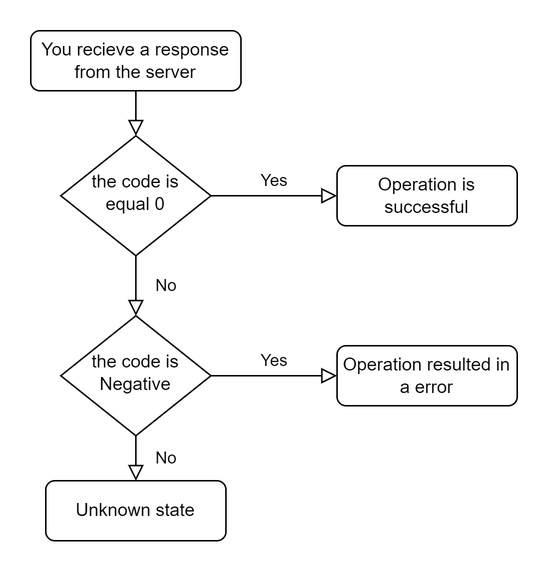
Above: documentation/error_codes.png in MUSIC-Ecosystem-Team/MUSIC-server (draw.io), before the change. Source tidied: cells renumbered, new cells last; positions are measured from the earlier drawing's top-left corner, leaving out a move shared by most shapes. Source of this version:
```xml
<mxGraphModel>
  <root>
    <mxCell id="0" />
    <mxCell id="1" parent="0" />
    <mxCell id="2" style="rounded=0;html=1;jettySize=auto;fontSize=11;endArrow=block;endFill=0;endSize=8;strokeWidth=1;shadow=0;labelBackgroundColor=none;edgeStyle=orthogonalEdgeStyle;" parent="1" edge="1" source="3" target="6">
      <mxGeometry relative="1" as="geometry" />
    </mxCell>
    <mxCell id="3" value="You recieve a response from the server" style="rounded=1;whiteSpace=wrap;html=1;fontSize=12;glass=0;strokeWidth=1;shadow=0;" parent="1" vertex="1">
      <mxGeometry width="140" height="40" as="geometry" />
    </mxCell>
    <mxCell id="4" value="No" style="rounded=0;html=1;jettySize=auto;fontSize=11;endArrow=block;endFill=0;endSize=8;strokeWidth=1;shadow=0;labelBackgroundColor=none;edgeStyle=orthogonalEdgeStyle;entryX=0.5;entryY=0;entryDx=0;entryDy=0;" parent="1" edge="1" source="6" target="8">
      <mxGeometry y="20" relative="1" as="geometry" />
    </mxCell>
    <mxCell id="5" value="Yes" style="edgeStyle=orthogonalEdgeStyle;rounded=0;html=1;jettySize=auto;fontSize=11;endArrow=block;endFill=0;endSize=8;strokeWidth=1;shadow=0;labelBackgroundColor=none;" parent="1" edge="1" source="6" target="7">
      <mxGeometry y="10" relative="1" as="geometry" />
    </mxCell>
    <mxCell id="6" value="the code is equal 0" style="rhombus;whiteSpace=wrap;html=1;shadow=0;fontFamily=Helvetica;fontSize=12;align=center;strokeWidth=1;spacing=6;spacingTop=-4;" parent="1" vertex="1">
      <mxGeometry x="20" y="70" width="100" height="80" as="geometry" />
    </mxCell>
    <mxCell id="7" value="Operation is successful" style="rounded=1;whiteSpace=wrap;html=1;fontSize=12;glass=0;strokeWidth=1;shadow=0;" parent="1" vertex="1">
      <mxGeometry x="204" y="90" width="120" height="40" as="geometry" />
    </mxCell>
    <mxCell id="8" value="the code is Negative" style="rhombus;whiteSpace=wrap;html=1;shadow=0;fontFamily=Helvetica;fontSize=12;align=center;strokeWidth=1;spacing=6;spacingTop=-4;" parent="1" vertex="1">
      <mxGeometry x="20" y="190" width="100" height="80" as="geometry" />
    </mxCell>
    <mxCell id="9" value="Yes" style="edgeStyle=orthogonalEdgeStyle;rounded=0;html=1;jettySize=auto;fontSize=11;endArrow=block;endFill=0;endSize=8;strokeWidth=1;shadow=0;labelBackgroundColor=none;exitX=1;exitY=0.5;exitDx=0;exitDy=0;entryX=0;entryY=0.5;entryDx=0;entryDy=0;" parent="1" edge="1" source="8" target="10">
      <mxGeometry y="10" relative="1" as="geometry" />
    </mxCell>
    <mxCell id="10" value="Operation resulted in a error" style="rounded=1;whiteSpace=wrap;html=1;fontSize=12;glass=0;strokeWidth=1;shadow=0;" parent="1" vertex="1">
      <mxGeometry x="204" y="210" width="120" height="40" as="geometry" />
    </mxCell>
    <mxCell id="11" value="No" style="rounded=0;html=1;jettySize=auto;fontSize=11;endArrow=block;endFill=0;endSize=8;strokeWidth=1;shadow=0;labelBackgroundColor=none;edgeStyle=orthogonalEdgeStyle;exitX=0.5;exitY=1;exitDx=0;exitDy=0;entryX=0.5;entryY=0;entryDx=0;entryDy=0;" parent="1" edge="1" source="8" target="12">
      <mxGeometry y="20" relative="1" as="geometry" />
    </mxCell>
    <mxCell id="12" value="Unknown state" style="rounded=1;whiteSpace=wrap;html=1;fontSize=12;glass=0;strokeWidth=1;shadow=0;" parent="1" vertex="1">
      <mxGeometry x="10" y="300" width="120" height="40" as="geometry" />
    </mxCell>
  </root>
</mxGraphModel>
```
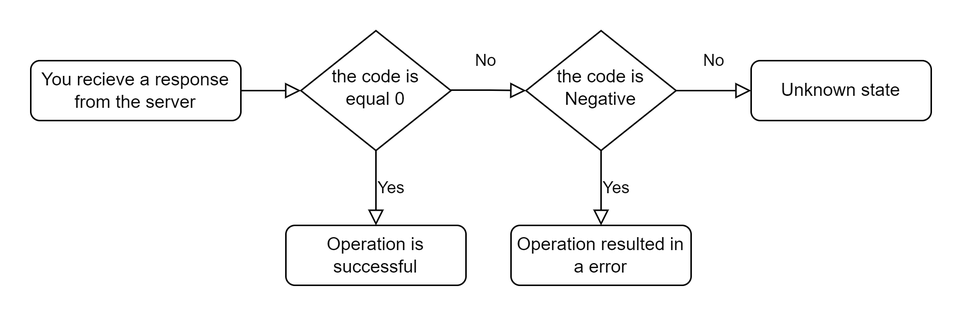
Above is the later version.

Commit message:
updated database diagram

Change to the diagram source:
```diff
@@ -6,34 +6,34 @@
       <mxGeometry relative="1" as="geometry" />
     </mxCell>
     <mxCell id="3" value="You recieve a response from the server" style="rounded=1;whiteSpace=wrap;html=1;fontSize=12;glass=0;strokeWidth=1;shadow=0;" parent="1" vertex="1">
-      <mxGeometry width="140" height="40" as="geometry" />
+      <mxGeometry x="-90" width="140" height="40" as="geometry" />
     </mxCell>
-    <mxCell id="4" value="No" style="rounded=0;html=1;jettySize=auto;fontSize=11;endArrow=block;endFill=0;endSize=8;strokeWidth=1;shadow=0;labelBackgroundColor=none;edgeStyle=orthogonalEdgeStyle;entryX=0.5;entryY=0;entryDx=0;entryDy=0;" parent="1" edge="1" source="6" target="8">
+    <mxCell id="4" value="No" style="rounded=0;html=1;jettySize=auto;fontSize=11;endArrow=block;endFill=0;endSize=8;strokeWidth=1;shadow=0;labelBackgroundColor=none;edgeStyle=orthogonalEdgeStyle;exitX=0.963;exitY=0.496;exitDx=0;exitDy=0;exitPerimeter=0;entryX=0;entryY=0.5;entryDx=0;entryDy=0;" parent="1" edge="1" source="6" target="8">
       <mxGeometry y="20" relative="1" as="geometry" />
     </mxCell>
-    <mxCell id="5" value="Yes" style="edgeStyle=orthogonalEdgeStyle;rounded=0;html=1;jettySize=auto;fontSize=11;endArrow=block;endFill=0;endSize=8;strokeWidth=1;shadow=0;labelBackgroundColor=none;" parent="1" edge="1" source="6" target="7">
+    <mxCell id="5" value="Yes" style="edgeStyle=orthogonalEdgeStyle;rounded=0;html=1;jettySize=auto;fontSize=11;endArrow=block;endFill=0;endSize=8;strokeWidth=1;shadow=0;labelBackgroundColor=none;exitX=0.5;exitY=1;exitDx=0;exitDy=0;" parent="1" edge="1" source="6" target="7">
       <mxGeometry y="10" relative="1" as="geometry" />
     </mxCell>
     <mxCell id="6" value="the code is equal 0" style="rhombus;whiteSpace=wrap;html=1;shadow=0;fontFamily=Helvetica;fontSize=12;align=center;strokeWidth=1;spacing=6;spacingTop=-4;" parent="1" vertex="1">
-      <mxGeometry x="20" y="70" width="100" height="80" as="geometry" />
+      <mxGeometry x="90" y="-20" width="100" height="80" as="geometry" />
     </mxCell>
     <mxCell id="7" value="Operation is successful" style="rounded=1;whiteSpace=wrap;html=1;fontSize=12;glass=0;strokeWidth=1;shadow=0;" parent="1" vertex="1">
-      <mxGeometry x="204" y="90" width="120" height="40" as="geometry" />
+      <mxGeometry x="80" y="110" width="120" height="40" as="geometry" />
     </mxCell>
     <mxCell id="8" value="the code is Negative" style="rhombus;whiteSpace=wrap;html=1;shadow=0;fontFamily=Helvetica;fontSize=12;align=center;strokeWidth=1;spacing=6;spacingTop=-4;" parent="1" vertex="1">
-      <mxGeometry x="20" y="190" width="100" height="80" as="geometry" />
+      <mxGeometry x="240" y="-20" width="100" height="80" as="geometry" />
     </mxCell>
-    <mxCell id="9" value="Yes" style="edgeStyle=orthogonalEdgeStyle;rounded=0;html=1;jettySize=auto;fontSize=11;endArrow=block;endFill=0;endSize=8;strokeWidth=1;shadow=0;labelBackgroundColor=none;exitX=1;exitY=0.5;exitDx=0;exitDy=0;entryX=0;entryY=0.5;entryDx=0;entryDy=0;" parent="1" edge="1" source="8" target="10">
+    <mxCell id="9" value="Yes" style="edgeStyle=orthogonalEdgeStyle;rounded=0;html=1;jettySize=auto;fontSize=11;endArrow=block;endFill=0;endSize=8;strokeWidth=1;shadow=0;labelBackgroundColor=none;exitX=0.5;exitY=1;exitDx=0;exitDy=0;" parent="1" edge="1" source="8" target="10">
       <mxGeometry y="10" relative="1" as="geometry" />
     </mxCell>
     <mxCell id="10" value="Operation resulted in a error" style="rounded=1;whiteSpace=wrap;html=1;fontSize=12;glass=0;strokeWidth=1;shadow=0;" parent="1" vertex="1">
-      <mxGeometry x="204" y="210" width="120" height="40" as="geometry" />
+      <mxGeometry x="230" y="110" width="120" height="40" as="geometry" />
     </mxCell>
-    <mxCell id="11" value="No" style="rounded=0;html=1;jettySize=auto;fontSize=11;endArrow=block;endFill=0;endSize=8;strokeWidth=1;shadow=0;labelBackgroundColor=none;edgeStyle=orthogonalEdgeStyle;exitX=0.5;exitY=1;exitDx=0;exitDy=0;entryX=0.5;entryY=0;entryDx=0;entryDy=0;" parent="1" edge="1" source="8" target="12">
+    <mxCell id="11" value="No" style="rounded=0;html=1;jettySize=auto;fontSize=11;endArrow=block;endFill=0;endSize=8;strokeWidth=1;shadow=0;labelBackgroundColor=none;edgeStyle=orthogonalEdgeStyle;exitX=1;exitY=0.5;exitDx=0;exitDy=0;entryX=0;entryY=0.5;entryDx=0;entryDy=0;" parent="1" edge="1" source="8" target="12">
       <mxGeometry y="20" relative="1" as="geometry" />
     </mxCell>
     <mxCell id="12" value="Unknown state" style="rounded=1;whiteSpace=wrap;html=1;fontSize=12;glass=0;strokeWidth=1;shadow=0;" parent="1" vertex="1">
-      <mxGeometry x="10" y="300" width="120" height="40" as="geometry" />
+      <mxGeometry x="390" width="120" height="40" as="geometry" />
     </mxCell>
   </root>
 </mxGraphModel>
```
